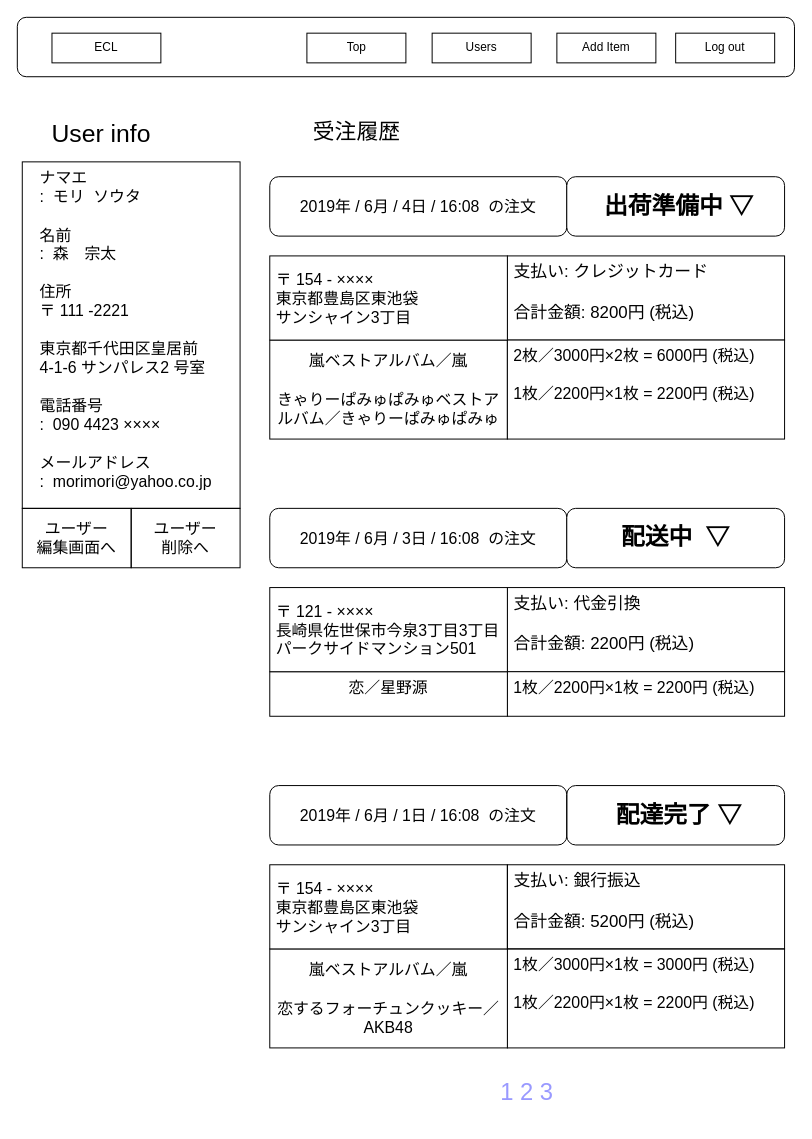
This is ワイヤーフレーム/admin/admin_user_detail.drawio from ecl11/ECL, a draw.io file, before an edit. Source tidied: cells renumbered, new cells numbered last; positions are measured from the earlier drawing's top-left corner, leaving out a move shared by most shapes. Both pictures are drawn from the tidied source at 99%, with x=0, y=0 at pixel (17, 17).
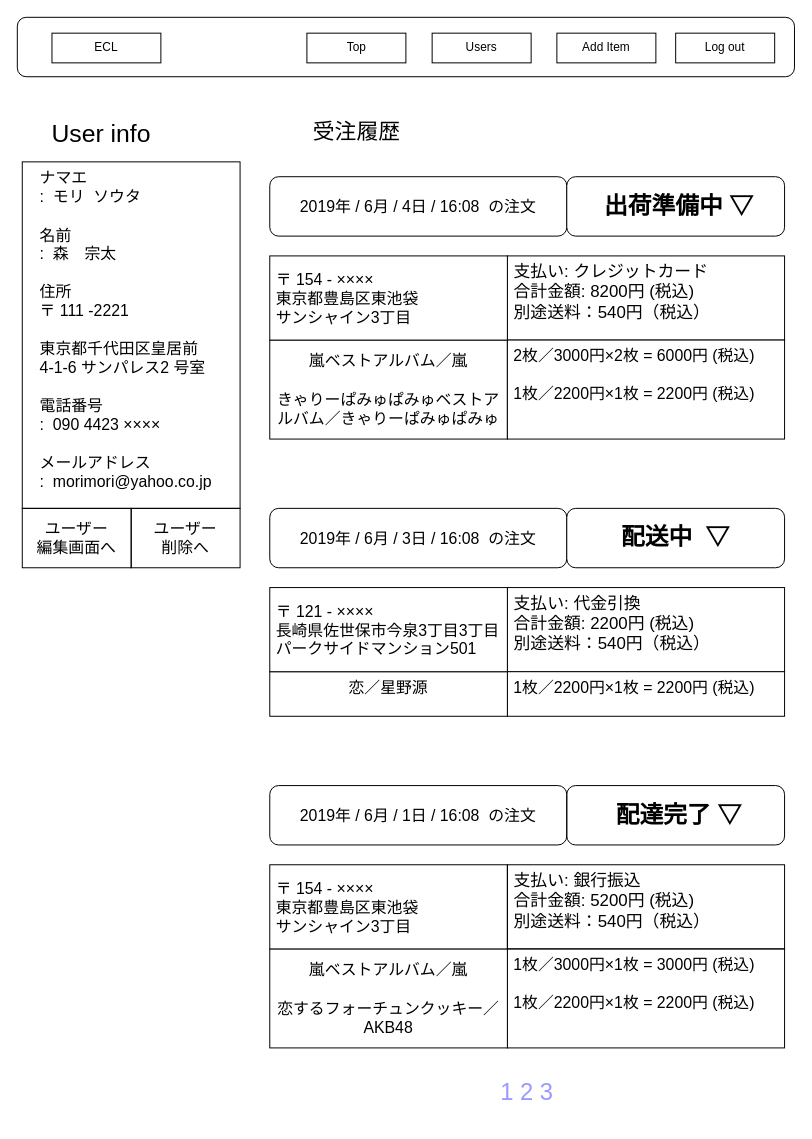
The same diagram, later.

The edit, as a diff of the source:
```diff
@@
-    <mxCell id="12" value="&amp;nbsp;支払い:&amp;nbsp;クレジットカード&lt;br&gt;&lt;br&gt;&amp;nbsp;合計金額: 8200円 (税込)&lt;br&gt;" style="rounded=0;whiteSpace=wrap;html=1;strokeColor=#000000;fillColor=none;fontSize=17;verticalAlign=top;align=left;" parent="1" vertex="1">
+    <mxCell id="12" value="&amp;nbsp;支払い:&amp;nbsp;クレジットカード&lt;br&gt;&amp;nbsp;合計金額: 8200円 (税込)&lt;br&gt;&amp;nbsp;別途送料：540円（税込）&lt;br&gt;" style="rounded=0;whiteSpace=wrap;html=1;strokeColor=#000000;fillColor=none;fontSize=17;verticalAlign=top;align=left;" parent="1" vertex="1">
       <mxGeometry x="495" y="241" width="280" height="85" as="geometry" />
     </mxCell>
@@
-    <mxCell id="21" value="&amp;nbsp;支払い: 代金引換&lt;br&gt;&lt;br&gt;&amp;nbsp;合計金額: 2200円 (税込)&lt;br&gt;" style="rounded=0;whiteSpace=wrap;html=1;strokeColor=#000000;fillColor=none;fontSize=17;verticalAlign=top;align=left;" parent="1" vertex="1">
+    <mxCell id="21" value="&amp;nbsp;支払い: 代金引換&lt;br&gt;&amp;nbsp;合計金額: 2200円 (税込)&lt;br&gt;&amp;nbsp;別途送料：540円（税込）&lt;br&gt;" style="rounded=0;whiteSpace=wrap;html=1;strokeColor=#000000;fillColor=none;fontSize=17;verticalAlign=top;align=left;" parent="1" vertex="1">
       <mxGeometry x="495" y="576" width="280" height="85" as="geometry" />
     </mxCell>
@@
-    <mxCell id="28" value="&amp;nbsp;支払い: 銀行振込&lt;br&gt;&lt;br&gt;&amp;nbsp;合計金額: 5200円 (税込)&lt;br&gt;" style="rounded=0;whiteSpace=wrap;html=1;strokeColor=#000000;fillColor=none;fontSize=17;verticalAlign=top;align=left;" parent="1" vertex="1">
+    <mxCell id="28" value="&amp;nbsp;支払い: 銀行振込&lt;br&gt;&amp;nbsp;合計金額: 5200円 (税込)&lt;br&gt;&amp;nbsp;別途送料：540円（税込）&lt;br&gt;" style="rounded=0;whiteSpace=wrap;html=1;strokeColor=#000000;fillColor=none;fontSize=17;verticalAlign=top;align=left;" parent="1" vertex="1">
       <mxGeometry x="495" y="856" width="280" height="85" as="geometry" />
     </mxCell>
```
